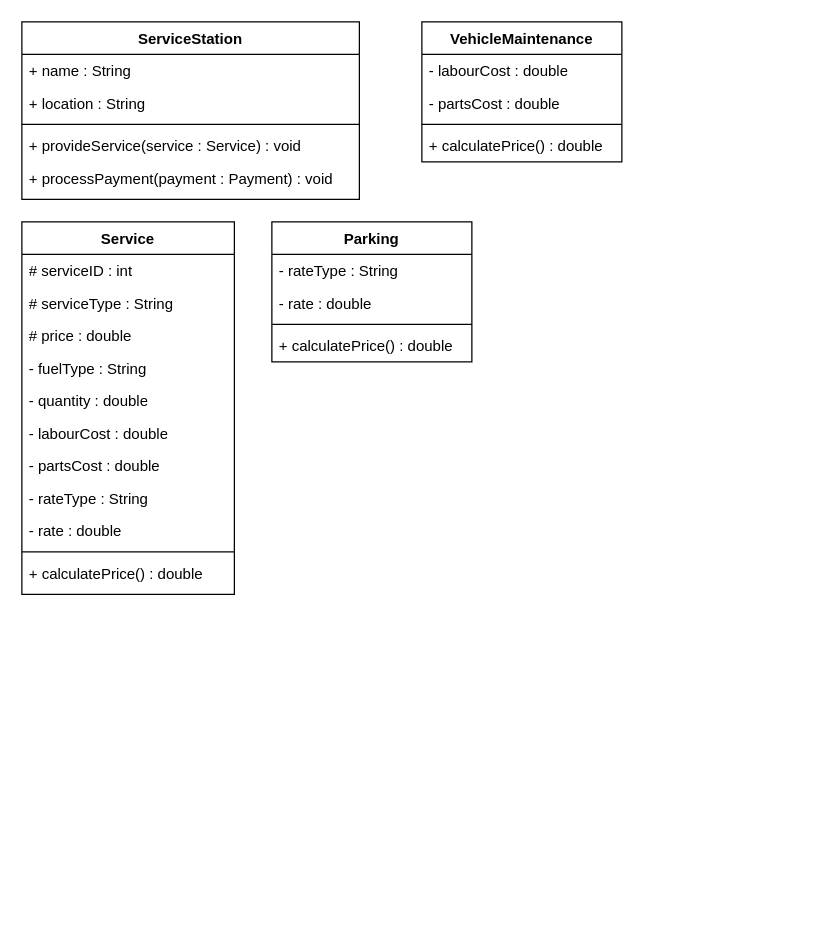
HowlingWolf9/Wolfs_Lair keeps this draw.io diagram as S3/Java/UML_Diagrams/Q1.drawio. Above is the earlier version. Source tidied: cells renumbered, new cells numbered last; positions are measured from the earlier drawing's top-left corner, leaving out a move shared by most shapes. Both pictures are drawn from the tidied source at 125%, with x=0, y=0 at pixel (21, 21).
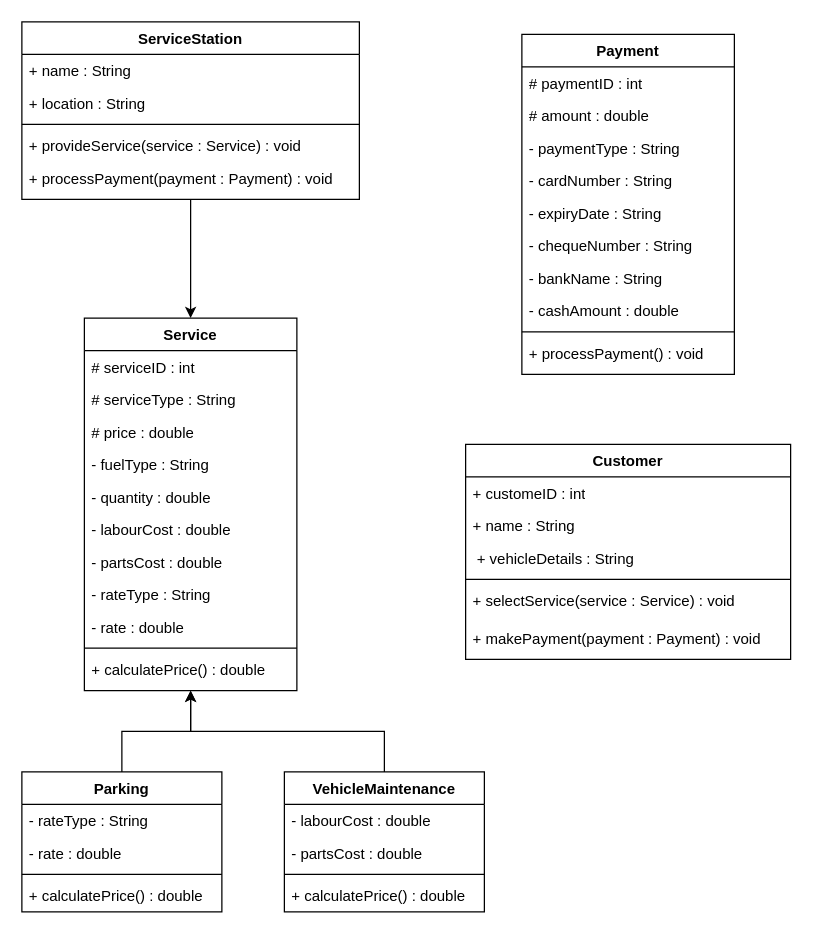
The same page after the edit.

The change refers to these unchanged cells:
```xml
<mxCell id="2" value="ServiceStation" style="swimlane;fontStyle=1;align=center;verticalAlign=top;horizontal=1;startSize=26;whiteSpace=wrap;html=1;" parent="1" vertex="1">
  <mxGeometry width="270" height="142" as="geometry" />
</mxCell>
```

What changed in the source:
```diff
@@
+    <mxCell id="30" style="edgeStyle=orthogonalEdgeStyle;rounded=0;jettySize=auto;html=1;entryX=0.5;entryY=0;entryDx=0;entryDy=0;" parent="1" edge="1" source="2" target="8">
+      <mxGeometry relative="1" as="geometry" />
+    </mxCell>
     <mxCell id="8" value="Service" style="swimlane;fontStyle=1;align=center;verticalAlign=top;horizontal=1;startSize=26;whiteSpace=wrap;html=1;" parent="1" vertex="1">
-      <mxGeometry y="160" width="170" height="298" as="geometry" />
+      <mxGeometry x="50" y="237" width="170" height="298" as="geometry" />
     </mxCell>
@@
+    <mxCell id="31" style="edgeStyle=orthogonalEdgeStyle;rounded=0;jettySize=auto;html=1;exitX=0.5;exitY=0;exitDx=0;exitDy=0;" parent="1" edge="1" source="20" target="8">
+      <mxGeometry relative="1" as="geometry" />
+    </mxCell>
     <mxCell id="20" value="VehicleMaintenance" style="swimlane;fontStyle=1;align=center;verticalAlign=top;horizontal=1;startSize=26;whiteSpace=wrap;html=1;" parent="1" vertex="1">
-      <mxGeometry x="320" width="160" height="112" as="geometry" />
+      <mxGeometry x="210" y="600" width="160" height="112" as="geometry" />
     </mxCell>
@@
+    <mxCell id="32" style="edgeStyle=orthogonalEdgeStyle;rounded=0;jettySize=auto;html=1;exitX=0.5;exitY=0;exitDx=0;exitDy=0;" parent="1" edge="1" source="25" target="8">
+      <mxGeometry relative="1" as="geometry" />
+    </mxCell>
     <mxCell id="25" value="Parking" style="swimlane;fontStyle=1;align=center;verticalAlign=top;horizontal=1;startSize=26;whiteSpace=wrap;html=1;" parent="1" vertex="1">
-      <mxGeometry x="200" y="160" width="160" height="112" as="geometry" />
+      <mxGeometry y="600" width="160" height="112" as="geometry" />
     </mxCell>
@@
+    <mxCell id="33" value="Customer" style="swimlane;fontStyle=1;align=center;verticalAlign=top;horizontal=1;startSize=26;whiteSpace=wrap;html=1;" parent="1" vertex="1">
+      <mxGeometry x="355" y="338" width="260" height="172" as="geometry" />
+    </mxCell>
+    <mxCell id="34" value="+ customeID : int" style="text;strokeColor=none;fillColor=none;align=left;verticalAlign=top;spacingLeft=4;spacingRight=4;overflow=hidden;whiteSpace=wrap;html=1;" parent="33" vertex="1">
+      <mxGeometry y="26" width="260" height="26" as="geometry" />
+    </mxCell>
+    <mxCell id="35" value="+ name : String" style="text;strokeColor=none;fillColor=none;align=left;verticalAlign=top;spacingLeft=4;spacingRight=4;overflow=hidden;whiteSpace=wrap;html=1;" parent="33" vertex="1">
+      <mxGeometry y="52" width="260" height="26" as="geometry" />
+    </mxCell>
+    <mxCell id="36" value="&amp;nbsp;+ vehicleDetails : String" style="text;strokeColor=none;fillColor=none;align=left;verticalAlign=top;spacingLeft=4;spacingRight=4;overflow=hidden;whiteSpace=wrap;html=1;" parent="33" vertex="1">
+      <mxGeometry y="78" width="260" height="26" as="geometry" />
+    </mxCell>
+    <mxCell id="37" style="line;strokeWidth=1;fillColor=none;align=left;verticalAlign=middle;spacingTop=-1;spacingLeft=3;spacingRight=3;labelPosition=right;strokeColor=inherit;" parent="33" vertex="1">
+      <mxGeometry y="104" width="260" height="8" as="geometry" />
+    </mxCell>
+    <mxCell id="38" value="+ selectService(service : Service) : void&amp;nbsp;" style="text;strokeColor=none;fillColor=none;align=left;verticalAlign=top;spacingLeft=4;spacingRight=4;overflow=hidden;whiteSpace=wrap;html=1;" parent="33" vertex="1">
+      <mxGeometry y="112" width="260" height="30" as="geometry" />
+    </mxCell>
+    <mxCell id="39" value="+ makePayment(payment : Payment) : void" style="text;strokeColor=none;fillColor=none;align=left;verticalAlign=top;spacingLeft=4;spacingRight=4;overflow=hidden;whiteSpace=wrap;html=1;" parent="33" vertex="1">
+      <mxGeometry y="142" width="260" height="30" as="geometry" />
+    </mxCell>
+    <mxCell id="40" value="Payment" style="swimlane;fontStyle=1;align=center;verticalAlign=top;horizontal=1;startSize=26;whiteSpace=wrap;html=1;" parent="1" vertex="1">
+      <mxGeometry x="400" y="10" width="170" height="272" as="geometry" />
+    </mxCell>
+    <mxCell id="41" value="# paymentID : int" style="text;strokeColor=none;fillColor=none;align=left;verticalAlign=top;spacingLeft=4;spacingRight=4;overflow=hidden;whiteSpace=wrap;html=1;" parent="40" vertex="1">
+      <mxGeometry y="26" width="170" height="26" as="geometry" />
+    </mxCell>
+    <mxCell id="42" value="# amount : double" style="text;strokeColor=none;fillColor=none;align=left;verticalAlign=top;spacingLeft=4;spacingRight=4;overflow=hidden;whiteSpace=wrap;html=1;" parent="40" vertex="1">
+      <mxGeometry y="52" width="170" height="26" as="geometry" />
+    </mxCell>
+    <mxCell id="43" value="- paymentType : String" style="text;strokeColor=none;fillColor=none;align=left;verticalAlign=top;spacingLeft=4;spacingRight=4;overflow=hidden;whiteSpace=wrap;html=1;" parent="40" vertex="1">
+      <mxGeometry y="78" width="170" height="26" as="geometry" />
+    </mxCell>
+    <mxCell id="44" value="- cardNumber : String" style="text;strokeColor=none;fillColor=none;align=left;verticalAlign=top;spacingLeft=4;spacingRight=4;overflow=hidden;whiteSpace=wrap;html=1;" parent="40" vertex="1">
+      <mxGeometry y="104" width="170" height="26" as="geometry" />
+    </mxCell>
+    <mxCell id="45" value="- expiryDate : String" style="text;strokeColor=none;fillColor=none;align=left;verticalAlign=top;spacingLeft=4;spacingRight=4;overflow=hidden;whiteSpace=wrap;html=1;" parent="40" vertex="1">
+      <mxGeometry y="130" width="170" height="26" as="geometry" />
+    </mxCell>
+    <mxCell id="46" value="- chequeNumber : String" style="text;strokeColor=none;fillColor=none;align=left;verticalAlign=top;spacingLeft=4;spacingRight=4;overflow=hidden;whiteSpace=wrap;html=1;" parent="40" vertex="1">
+      <mxGeometry y="156" width="170" height="26" as="geometry" />
+    </mxCell>
+    <mxCell id="47" value="- bankName : String" style="text;strokeColor=none;fillColor=none;align=left;verticalAlign=top;spacingLeft=4;spacingRight=4;overflow=hidden;whiteSpace=wrap;html=1;" parent="40" vertex="1">
+      <mxGeometry y="182" width="170" height="26" as="geometry" />
+    </mxCell>
+    <mxCell id="48" value="- cashAmount : double" style="text;strokeColor=none;fillColor=none;align=left;verticalAlign=top;spacingLeft=4;spacingRight=4;overflow=hidden;whiteSpace=wrap;html=1;" parent="40" vertex="1">
+      <mxGeometry y="208" width="170" height="26" as="geometry" />
+    </mxCell>
+    <mxCell id="49" style="line;strokeWidth=1;fillColor=none;align=left;verticalAlign=middle;spacingTop=-1;spacingLeft=3;spacingRight=3;labelPosition=right;strokeColor=inherit;" parent="40" vertex="1">
+      <mxGeometry y="234" width="170" height="8" as="geometry" />
+    </mxCell>
+    <mxCell id="50" value="+ processPayment() : void&amp;nbsp;" style="text;strokeColor=none;fillColor=none;align=left;verticalAlign=top;spacingLeft=4;spacingRight=4;overflow=hidden;whiteSpace=wrap;html=1;" parent="40" vertex="1">
+      <mxGeometry y="242" width="170" height="30" as="geometry" />
+    </mxCell>
```
